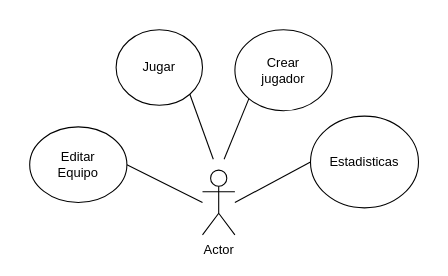
This is Documentacion/Casos de Uso pantalla principal.drawio from ManuLazaro/TrabajoProgramacion, a draw.io file, before an edit. Source tidied: cells renumbered, new cells numbered last; positions are measured from the earlier drawing's top-left corner, leaving out a move shared by most shapes. Both pictures are drawn from the tidied source at 108%, with x=0, y=0 at pixel (29, 29).
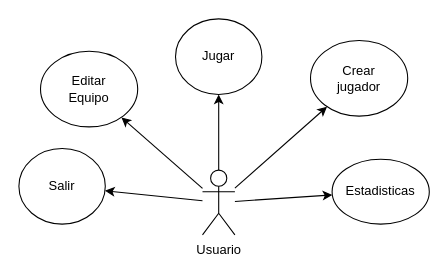
Above is the later version.

Commit message (it also covers changes not shown here):
Casos de uso varios

Diff of the diagram source:
```diff
@@
 <mxGraphModel>
   <root>
     <mxCell id="0" />
     <mxCell id="1" parent="0" />
-    <mxCell id="2" value="Actor" style="shape=umlActor;verticalLabelPosition=bottom;verticalAlign=top;html=1;outlineConnect=0;" parent="1" vertex="1">
+    <mxCell id="2" value="Usuario" style="shape=umlActor;verticalLabelPosition=bottom;verticalAlign=top;html=1;outlineConnect=0;align=center;horizontal=1;" parent="1" vertex="1">
       <mxGeometry x="160" y="130" width="30" height="60" as="geometry" />
     </mxCell>
-    <mxCell id="3" style="edgeStyle=none;rounded=0;jettySize=auto;html=1;exitX=1;exitY=1;exitDx=0;exitDy=0;endArrow=none;endFill=0;" parent="1" edge="1" source="4">
-      <mxGeometry relative="1" as="geometry">
-        <mxPoint x="170" y="120" as="targetPoint" />
-      </mxGeometry>
-    </mxCell>
-    <mxCell id="4" style="ellipse;whiteSpace=wrap;html=1;" parent="1" vertex="1">
-      <mxGeometry x="80" width="80" height="70" as="geometry" />
+    <mxCell id="4" value="Jugar" style="ellipse;whiteSpace=wrap;html=1;" parent="1" vertex="1">
+      <mxGeometry x="135" y="-10" width="80" height="70" as="geometry" />
     </mxCell>
-    <mxCell id="5" style="rounded=0;jettySize=auto;html=1;exitX=1;exitY=0.5;exitDx=0;exitDy=0;endArrow=none;endFill=0;" parent="1" edge="1" source="6">
-      <mxGeometry relative="1" as="geometry">
-        <mxPoint x="160" y="160" as="targetPoint" />
-      </mxGeometry>
-    </mxCell>
-    <mxCell id="6" style="ellipse;whiteSpace=wrap;html=1;" parent="1" vertex="1">
-      <mxGeometry y="90" width="90" height="70" as="geometry" />
+    <mxCell id="6" value="Editar&lt;br&gt;Equipo" style="ellipse;whiteSpace=wrap;html=1;" parent="1" vertex="1">
+      <mxGeometry x="10" y="20" width="90" height="70" as="geometry" />
     </mxCell>
-    <mxCell id="7" style="edgeStyle=none;rounded=0;jettySize=auto;html=1;exitX=0;exitY=1;exitDx=0;exitDy=0;endArrow=none;endFill=0;" parent="1" edge="1" source="8">
-      <mxGeometry relative="1" as="geometry">
-        <mxPoint x="180" y="120" as="targetPoint" />
-      </mxGeometry>
-    </mxCell>
     <mxCell id="8" value="Crear &lt;br&gt;jugador" style="ellipse;whiteSpace=wrap;html=1;" parent="1" vertex="1">
-      <mxGeometry x="190" width="90" height="75" as="geometry" />
+      <mxGeometry x="260" y="10" width="90" height="70" as="geometry" />
     </mxCell>
-    <mxCell id="9" style="edgeStyle=none;rounded=0;jettySize=auto;html=1;exitX=0;exitY=0.5;exitDx=0;exitDy=0;endArrow=none;endFill=0;" parent="1" edge="1" source="10">
-      <mxGeometry relative="1" as="geometry">
-        <mxPoint x="190" y="160" as="targetPoint" />
-      </mxGeometry>
-    </mxCell>
     <mxCell id="10" value="Estadisticas" style="ellipse;whiteSpace=wrap;html=1;" parent="1" vertex="1">
-      <mxGeometry x="260" y="80" width="100" height="85" as="geometry" />
+      <mxGeometry x="280" y="120" width="90" height="60" as="geometry" />
     </mxCell>
-    <mxCell id="11" value="Jugar" style="text;html=1;strokeColor=none;fillColor=none;align=center;verticalAlign=middle;whiteSpace=wrap;rounded=0;" parent="1" vertex="1">
-      <mxGeometry x="90" y="20" width="60" height="30" as="geometry" />
-    </mxCell>
-    <mxCell id="12" value="Editar Equipo" style="text;html=1;strokeColor=none;fillColor=none;align=center;verticalAlign=middle;whiteSpace=wrap;rounded=0;" parent="1" vertex="1">
-      <mxGeometry x="15" y="110" width="60" height="30" as="geometry" />
-    </mxCell>
+    <mxCell id="13" style="endArrow=classic;html=1;rounded=0;" parent="1" edge="1" source="2" target="10">
+      <mxGeometry relative="1" as="geometry" />
+    </mxCell>
+    <mxCell id="14" style="endArrow=classic;html=1;rounded=0;" parent="1" edge="1" source="2" target="8">
+      <mxGeometry relative="1" as="geometry" />
+    </mxCell>
+    <mxCell id="15" style="endArrow=classic;html=1;rounded=0;" parent="1" edge="1" source="2" target="4">
+      <mxGeometry relative="1" as="geometry" />
+    </mxCell>
+    <mxCell id="16" style="endArrow=classic;html=1;rounded=0;" parent="1" edge="1" source="2" target="6">
+      <mxGeometry relative="1" as="geometry" />
+    </mxCell>
+    <mxCell id="17" value="Salir" style="ellipse;whiteSpace=wrap;html=1;" parent="1" vertex="1">
+      <mxGeometry x="-10" y="110" width="80" height="70" as="geometry" />
+    </mxCell>
+    <mxCell id="18" style="endArrow=classic;html=1;rounded=0;" parent="1" edge="1" source="2" target="17">
+      <mxGeometry relative="1" as="geometry" />
+    </mxCell>
   </root>
 </mxGraphModel>
```
